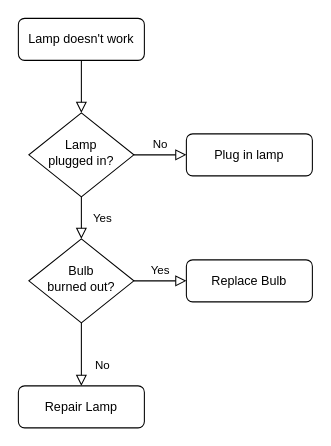
Above: W4_Greedy_Snake/未命名绘图.drawio in SplenDidMav/BIT_CyberSecurity_Program (draw.io), before the change. Source tidied: cells renumbered, new cells numbered last; positions are measured from the earlier drawing's top-left corner, leaving out a move shared by most shapes. Both pictures are drawn from the tidied source at 105%, with x=0, y=0 at pixel (18, 18).
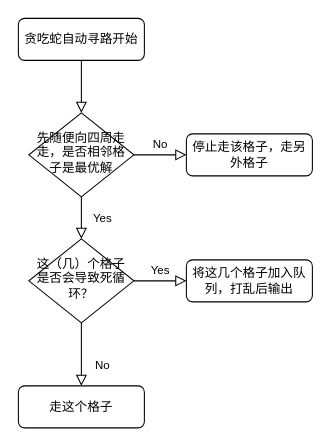
Above is the later version.

Change to the diagram source:
```diff
@@
 <mxGraphModel>
   <root>
     <mxCell id="0" />
     <mxCell id="1" parent="0" />
     <mxCell id="2" style="rounded=0;html=1;jettySize=auto;fontSize=11;endArrow=block;endFill=0;endSize=8;strokeWidth=1;shadow=0;labelBackgroundColor=none;edgeStyle=orthogonalEdgeStyle;" parent="1" edge="1" source="3" target="6">
       <mxGeometry relative="1" as="geometry" />
     </mxCell>
-    <mxCell id="3" value="Lamp doesn't work" style="rounded=1;whiteSpace=wrap;html=1;fontSize=12;glass=0;strokeWidth=1;shadow=0;" parent="1" vertex="1">
+    <mxCell id="3" value="贪吃蛇自动寻路开始" style="rounded=1;whiteSpace=wrap;html=1;fontSize=12;glass=0;strokeWidth=1;shadow=0;" parent="1" vertex="1">
       <mxGeometry width="120" height="40" as="geometry" />
     </mxCell>
     <mxCell id="4" value="Yes" style="rounded=0;html=1;jettySize=auto;fontSize=11;endArrow=block;endFill=0;endSize=8;strokeWidth=1;shadow=0;labelBackgroundColor=none;edgeStyle=orthogonalEdgeStyle;" parent="1" edge="1" source="6" target="10">
       <mxGeometry y="20" relative="1" as="geometry" />
     </mxCell>
     <mxCell id="5" value="No" style="edgeStyle=orthogonalEdgeStyle;rounded=0;html=1;jettySize=auto;fontSize=11;endArrow=block;endFill=0;endSize=8;strokeWidth=1;shadow=0;labelBackgroundColor=none;" parent="1" edge="1" source="6" target="7">
       <mxGeometry y="10" relative="1" as="geometry" />
     </mxCell>
-    <mxCell id="6" value="Lamp&lt;br&gt;plugged in?" style="rhombus;whiteSpace=wrap;html=1;shadow=0;fontFamily=Helvetica;fontSize=12;align=center;strokeWidth=1;spacing=6;spacingTop=-4;" parent="1" vertex="1">
+    <mxCell id="6" value="先随便向四周走走，是否相邻格子是最优解" style="rhombus;whiteSpace=wrap;html=1;shadow=0;fontFamily=Helvetica;fontSize=12;align=center;strokeWidth=1;spacing=6;spacingTop=-4;" parent="1" vertex="1">
       <mxGeometry x="10" y="90" width="100" height="80" as="geometry" />
     </mxCell>
-    <mxCell id="7" value="Plug in lamp" style="rounded=1;whiteSpace=wrap;html=1;fontSize=12;glass=0;strokeWidth=1;shadow=0;" parent="1" vertex="1">
+    <mxCell id="7" value="停止走该格子，走另外格子" style="rounded=1;whiteSpace=wrap;html=1;fontSize=12;glass=0;strokeWidth=1;shadow=0;" parent="1" vertex="1">
       <mxGeometry x="160" y="110" width="120" height="40" as="geometry" />
     </mxCell>
     <mxCell id="8" value="No" style="rounded=0;html=1;jettySize=auto;fontSize=11;endArrow=block;endFill=0;endSize=8;strokeWidth=1;shadow=0;labelBackgroundColor=none;edgeStyle=orthogonalEdgeStyle;" parent="1" edge="1" source="10" target="11">
       <mxGeometry x="0.33" y="20" relative="1" as="geometry" />
     </mxCell>
     <mxCell id="9" value="Yes" style="edgeStyle=orthogonalEdgeStyle;rounded=0;html=1;jettySize=auto;fontSize=11;endArrow=block;endFill=0;endSize=8;strokeWidth=1;shadow=0;labelBackgroundColor=none;" parent="1" edge="1" source="10" target="12">
       <mxGeometry y="10" relative="1" as="geometry" />
     </mxCell>
-    <mxCell id="10" value="Bulb&lt;br&gt;burned out?" style="rhombus;whiteSpace=wrap;html=1;shadow=0;fontFamily=Helvetica;fontSize=12;align=center;strokeWidth=1;spacing=6;spacingTop=-4;" parent="1" vertex="1">
+    <mxCell id="10" value="这（几）个格子是否会导致死循环？" style="rhombus;whiteSpace=wrap;html=1;shadow=0;fontFamily=Helvetica;fontSize=12;align=center;strokeWidth=1;spacing=6;spacingTop=-4;" parent="1" vertex="1">
       <mxGeometry x="10" y="210" width="100" height="80" as="geometry" />
     </mxCell>
-    <mxCell id="11" value="Repair Lamp" style="rounded=1;whiteSpace=wrap;html=1;fontSize=12;glass=0;strokeWidth=1;shadow=0;" parent="1" vertex="1">
+    <mxCell id="11" value="走这个格子" style="rounded=1;whiteSpace=wrap;html=1;fontSize=12;glass=0;strokeWidth=1;shadow=0;" parent="1" vertex="1">
       <mxGeometry y="350" width="120" height="40" as="geometry" />
     </mxCell>
-    <mxCell id="12" value="Replace Bulb" style="rounded=1;whiteSpace=wrap;html=1;fontSize=12;glass=0;strokeWidth=1;shadow=0;" parent="1" vertex="1">
+    <mxCell id="12" value="将这几个格子加入队列，打乱后输出" style="rounded=1;whiteSpace=wrap;html=1;fontSize=12;glass=0;strokeWidth=1;shadow=0;" parent="1" vertex="1">
       <mxGeometry x="160" y="230" width="120" height="40" as="geometry" />
     </mxCell>
   </root>
 </mxGraphModel>
```
